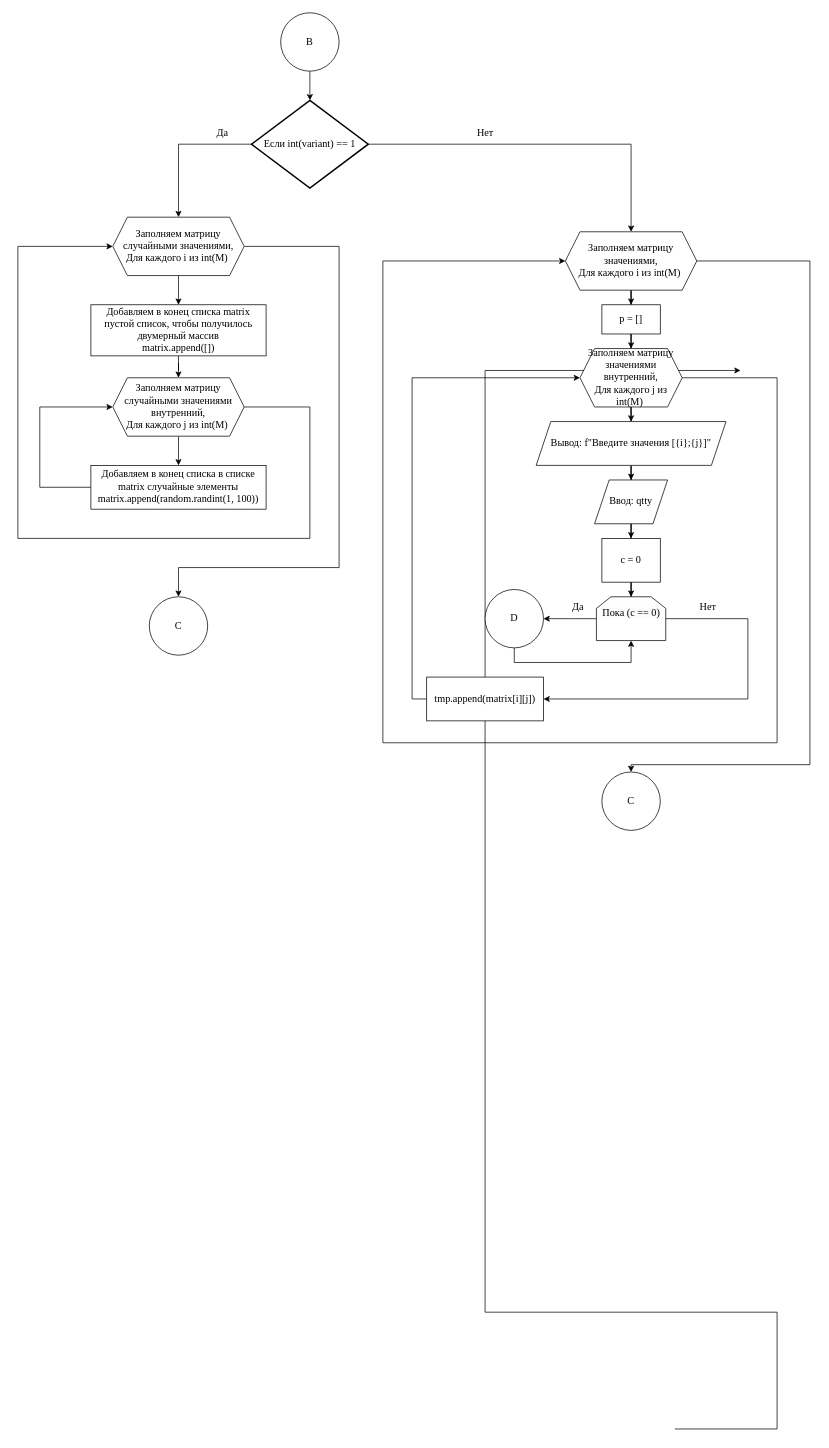
The draw.io diagram page "Страница 3" (3 of 9) of 1 курс/1 семестр/Информатика/Практические работы/12/Диаграмма 12.drawio in Kirill010/RTU-MIREA, before the edit. Source tidied: cells renumbered, new cells numbered last; positions are measured from the earlier drawing's top-left corner, leaving out a move shared by most shapes. Both pictures are drawn from the tidied source at 73%, with x=0, y=0 at pixel (18, 12).
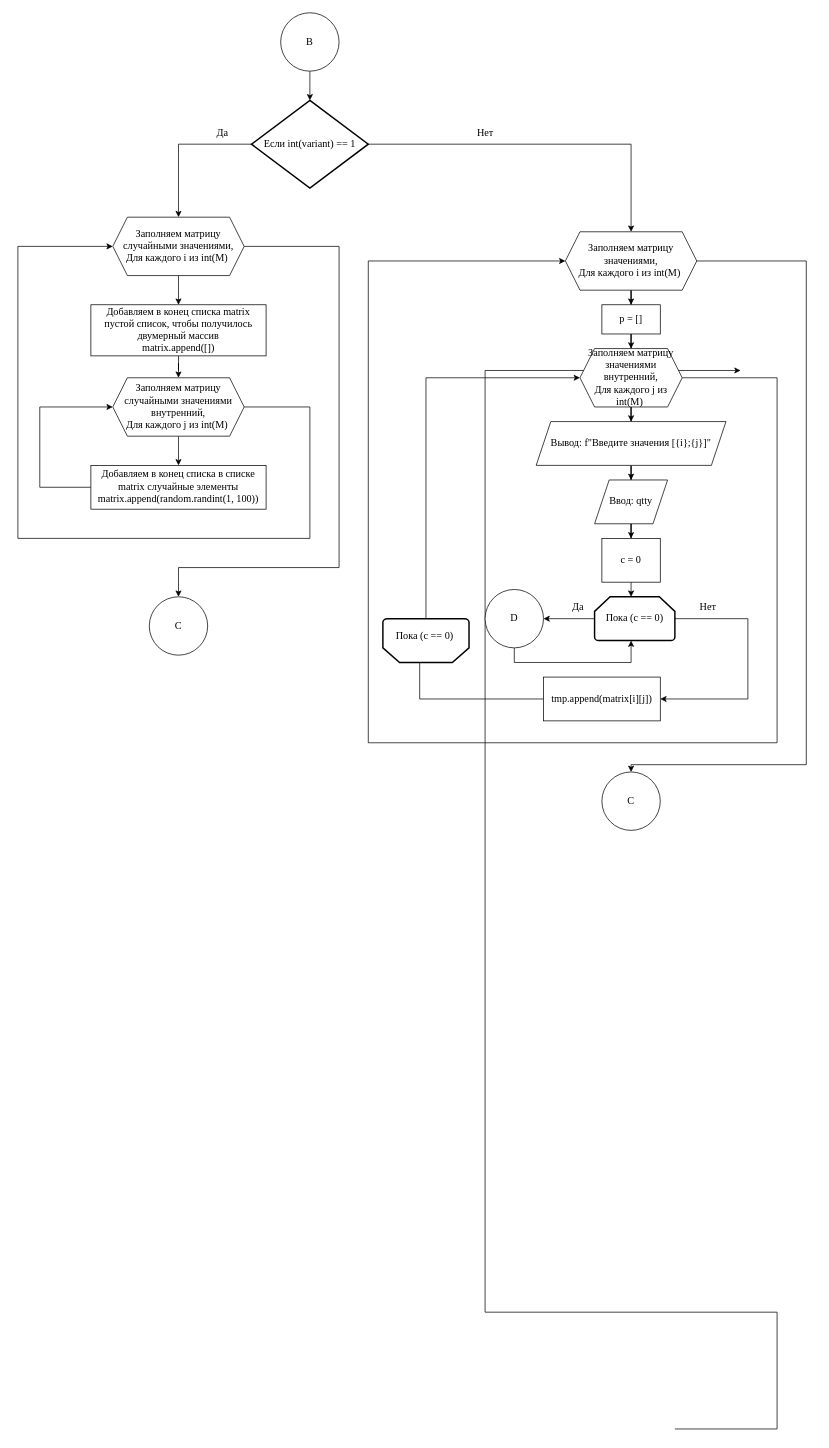
After the change.

The change refers to these unchanged cells:
```xml
<mxCell id="20" value="Заполняем матрицу значениями,&lt;br style=&quot;border-color: var(--border-color);&quot;&gt;Для каждого i из int(M)&amp;nbsp;" style="shape=hexagon;perimeter=hexagonPerimeter2;whiteSpace=wrap;html=1;fixedSize=1;fontFamily=Times New Roman;fontSize=14;" parent="1" vertex="1">
  <mxGeometry x="750" y="300" width="180" height="80" as="geometry" />
</mxCell>
<mxCell id="28" value="Заполняем матрицу значениями внутренний,&lt;br style=&quot;border-color: var(--border-color);&quot;&gt;Для каждого j из int(M)&amp;nbsp;" style="shape=hexagon;perimeter=hexagonPerimeter2;whiteSpace=wrap;html=1;fixedSize=1;fontFamily=Times New Roman;fontSize=14;" parent="1" vertex="1">
  <mxGeometry x="770" y="460" width="140" height="80" as="geometry" />
</mxCell>
<mxCell id="34" value="c = 0" style="rounded=0;whiteSpace=wrap;html=1;fontFamily=Times New Roman;fontSize=14;" parent="1" vertex="1">
  <mxGeometry x="800" y="720" width="80" height="60" as="geometry" />
</mxCell>
<mxCell id="42" value="D" style="ellipse;whiteSpace=wrap;html=1;fontFamily=Times New Roman;fontSize=14;" parent="1" vertex="1">
  <mxGeometry x="640" y="790" width="80" height="80" as="geometry" />
</mxCell>
```

Diff of the diagram source:
```diff
@@
     <mxCell id="19" style="edgeStyle=orthogonalEdgeStyle;rounded=0;jettySize=auto;html=1;" parent="1" edge="1" source="20">
       <mxGeometry relative="1" as="geometry">
         <mxPoint x="840" y="1040" as="targetPoint" />
         <Array as="points">
-          <mxPoint x="1085" y="340" />
-          <mxPoint x="1085" y="1030" />
+          <mxPoint x="1080" y="340" />
+          <mxPoint x="1080" y="1030" />
           <mxPoint x="840" y="1030" />
         </Array>
       </mxGeometry>
     </mxCell>
@@
     <mxCell id="27" style="edgeStyle=orthogonalEdgeStyle;rounded=0;jettySize=auto;html=1;entryX=0;entryY=0.5;entryDx=0;entryDy=0;" parent="1" edge="1" source="28" target="20">
       <mxGeometry relative="1" as="geometry">
         <Array as="points">
           <mxPoint x="1040" y="500" />
           <mxPoint x="1040" y="1000" />
-          <mxPoint x="500" y="1000" />
-          <mxPoint x="500" y="340" />
+          <mxPoint x="480" y="1000" />
+          <mxPoint x="480" y="340" />
         </Array>
       </mxGeometry>
     </mxCell>
@@
-    <mxCell id="33" style="edgeStyle=orthogonalEdgeStyle;rounded=0;jettySize=auto;html=1;" parent="1" edge="1" source="34" target="38">
-      <mxGeometry relative="1" as="geometry" />
+    <mxCell id="33" style="edgeStyle=orthogonalEdgeStyle;rounded=0;jettySize=auto;html=1;" parent="1" edge="1" source="34">
+      <mxGeometry relative="1" as="geometry">
+        <mxPoint x="840" y="800" as="targetPoint" />
+      </mxGeometry>
     </mxCell>
@@
-    <mxCell id="36" style="edgeStyle=orthogonalEdgeStyle;rounded=0;jettySize=auto;html=1;entryX=1;entryY=0.5;entryDx=0;entryDy=0;" parent="1" edge="1" source="38" target="40">
+    <mxCell id="36" style="edgeStyle=orthogonalEdgeStyle;rounded=0;jettySize=auto;html=1;entryX=1;entryY=0.5;entryDx=0;entryDy=0;" parent="1" edge="1" target="40">
       <mxGeometry relative="1" as="geometry">
+        <mxPoint x="887.5" y="830" as="sourcePoint" />
         <Array as="points">
           <mxPoint x="1000" y="830" />
           <mxPoint x="1000" y="940" />
         </Array>
       </mxGeometry>
     </mxCell>
-    <mxCell id="37" style="edgeStyle=orthogonalEdgeStyle;rounded=0;jettySize=auto;html=1;" parent="1" edge="1" source="38">
+    <mxCell id="37" style="edgeStyle=orthogonalEdgeStyle;rounded=0;orthogonalLoop=1;jettySize=auto;html=1;" parent="1" edge="1">
       <mxGeometry relative="1" as="geometry">
+        <mxPoint x="792.5" y="830" as="sourcePoint" />
         <mxPoint x="720" y="830" as="targetPoint" />
       </mxGeometry>
     </mxCell>
-    <mxCell id="38" value="&#10;&lt;span style=&quot;color: rgb(0, 0, 0); font-family: &amp;quot;Times New Roman&amp;quot;; font-size: 14px; font-style: normal; font-variant-ligatures: normal; font-variant-caps: normal; font-weight: 400; letter-spacing: normal; orphans: 2; text-align: center; text-indent: 0px; text-transform: none; widows: 2; word-spacing: 0px; -webkit-text-stroke-width: 0px; background-color: rgb(251, 251, 251); text-decoration-thickness: initial; text-decoration-style: initial; text-decoration-color: initial; float: none; display: inline !important;&quot;&gt;Пока (c == 0)&lt;/span&gt;&#10;&#10;" style="shape=loopLimit;whiteSpace=wrap;html=1;" parent="1" vertex="1">
-      <mxGeometry x="792.5" y="800" width="95" height="60" as="geometry" />
-    </mxCell>
-    <mxCell id="39" style="edgeStyle=orthogonalEdgeStyle;rounded=0;jettySize=auto;html=1;entryX=0;entryY=0.5;entryDx=0;entryDy=0;" parent="1" edge="1" source="40" target="28">
-      <mxGeometry relative="1" as="geometry">
-        <Array as="points">
-          <mxPoint x="540" y="940" />
-          <mxPoint x="540" y="500" />
-        </Array>
-      </mxGeometry>
-    </mxCell>
+    <mxCell id="45" style="edgeStyle=orthogonalEdgeStyle;rounded=0;jettySize=auto;html=1;entryX=0.4;entryY=1.004;entryDx=0;entryDy=0;fontFamily=Times New Roman;fontSize=14;entryPerimeter=0;" parent="1" edge="1" source="40" target="49">
+      <mxGeometry relative="1" as="geometry" />
+    </mxCell>
     <mxCell id="40" value="tmp.append(matrix[i][j])" style="rounded=0;whiteSpace=wrap;html=1;fontFamily=Times New Roman;fontSize=14;" parent="1" vertex="1">
-      <mxGeometry x="560" y="910" width="160" height="60" as="geometry" />
+      <mxGeometry x="720" y="910" width="160" height="60" as="geometry" />
     </mxCell>
-    <mxCell id="41" style="edgeStyle=orthogonalEdgeStyle;rounded=0;jettySize=auto;html=1;entryX=0.5;entryY=1;entryDx=0;entryDy=0;" parent="1" edge="1" source="42" target="38">
+    <mxCell id="41" style="edgeStyle=orthogonalEdgeStyle;rounded=0;jettySize=auto;html=1;entryX=0.5;entryY=1;entryDx=0;entryDy=0;" parent="1" edge="1" source="42">
       <mxGeometry relative="1" as="geometry">
+        <mxPoint x="840" y="860" as="targetPoint" />
         <Array as="points">
           <mxPoint x="680" y="890" />
           <mxPoint x="840" y="890" />
         </Array>
       </mxGeometry>
     </mxCell>
@@
+    <mxCell id="46" value="&lt;span style=&quot;border-color: var(--border-color);&quot;&gt;Пока (c == 0)&lt;/span&gt;" style="strokeWidth=2;html=1;shape=mxgraph.flowchart.loop_limit;whiteSpace=wrap;fontFamily=Times New Roman;fontSize=14;" parent="1" vertex="1">
+      <mxGeometry x="790" y="800" width="110" height="60" as="geometry" />
+    </mxCell>
+    <mxCell id="47" style="edgeStyle=orthogonalEdgeStyle;rounded=0;jettySize=auto;html=1;entryX=0;entryY=0.5;entryDx=0;entryDy=0;fontFamily=Times New Roman;fontSize=14;" parent="1" edge="1" source="48" target="28">
+      <mxGeometry relative="1" as="geometry">
+        <Array as="points">
+          <mxPoint x="559" y="500" />
+        </Array>
+      </mxGeometry>
+    </mxCell>
+    <mxCell id="48" style="strokeWidth=2;html=1;shape=mxgraph.flowchart.loop_limit;whiteSpace=wrap;fontFamily=Times New Roman;fontSize=14;rotation=-180;" parent="1" vertex="1">
+      <mxGeometry x="500" y="830" width="118" height="60" as="geometry" />
+    </mxCell>
+    <mxCell id="49" value="&lt;span style=&quot;text-align: center;&quot;&gt;Пока (c == 0)&lt;/span&gt;" style="text;whiteSpace=wrap;html=1;fontSize=14;fontFamily=Times New Roman;" parent="1" vertex="1">
+      <mxGeometry x="516" y="840" width="86" height="40" as="geometry" />
+    </mxCell>
```
